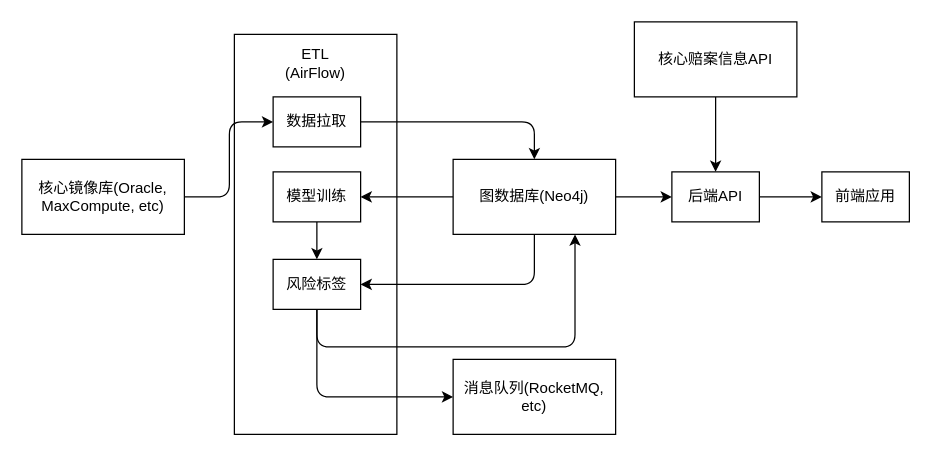
This is page "数据流向图" (7 of 14) of 智图/智图架构.drawio from XiaoLiuAI/diagrams, a draw.io file, before an edit. Source tidied: cells renumbered, new cells numbered last; positions are measured from the earlier drawing's top-left corner, leaving out a move shared by most shapes. Both pictures are drawn from the tidied source at 125%, with x=0, y=0 at pixel (21, 21).
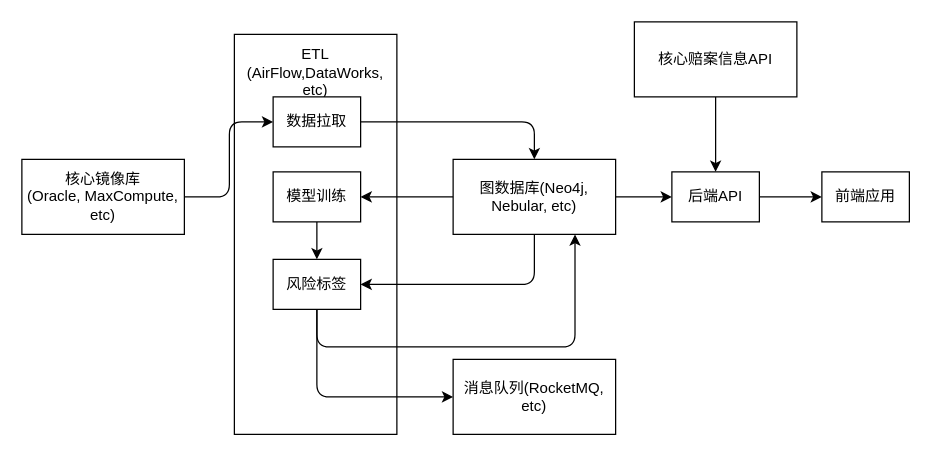
The same page after the edit.

What changed in the source:
```diff
@@
-    <mxCell id="2" value="核心镜像库(Oracle, MaxCompute, etc)" style="rounded=0;whiteSpace=wrap;html=1;" parent="1" vertex="1">
+    <mxCell id="2" value="核心镜像库&lt;br&gt;(Oracle, MaxCompute, etc)" style="rounded=0;whiteSpace=wrap;html=1;" parent="1" vertex="1">
       <mxGeometry y="110" width="130" height="60" as="geometry" />
     </mxCell>
-    <mxCell id="3" value="ETL&lt;br&gt;(AirFlow)&lt;br&gt;&lt;br&gt;&lt;br&gt;&lt;br&gt;&lt;br&gt;&lt;br&gt;&lt;br&gt;&lt;br&gt;&lt;br&gt;&lt;br&gt;&lt;br&gt;&lt;br&gt;&lt;br&gt;&lt;br&gt;&lt;br&gt;&lt;br&gt;&lt;br&gt;&lt;br&gt;&lt;br&gt;&lt;br&gt;" style="rounded=0;whiteSpace=wrap;html=1;" parent="1" vertex="1">
+    <mxCell id="3" value="ETL&lt;br&gt;(AirFlow,DataWorks, etc)&lt;br&gt;&lt;br&gt;&lt;br&gt;&lt;br&gt;&lt;br&gt;&lt;br&gt;&lt;br&gt;&lt;br&gt;&lt;br&gt;&lt;br&gt;&lt;br&gt;&lt;br&gt;&lt;br&gt;&lt;br&gt;&lt;br&gt;&lt;br&gt;&lt;br&gt;&lt;br&gt;&lt;br&gt;" style="rounded=0;whiteSpace=wrap;html=1;" parent="1" vertex="1">
       <mxGeometry x="170" y="10" width="130" height="320" as="geometry" />
     </mxCell>
@@
-    <mxCell id="8" value="图数据库(Neo4j)" style="rounded=0;whiteSpace=wrap;html=1;" parent="1" vertex="1">
+    <mxCell id="8" value="图数据库(Neo4j, Nebular, etc)" style="rounded=0;whiteSpace=wrap;html=1;" parent="1" vertex="1">
       <mxGeometry x="345" y="110" width="130" height="60" as="geometry" />
     </mxCell>
```
